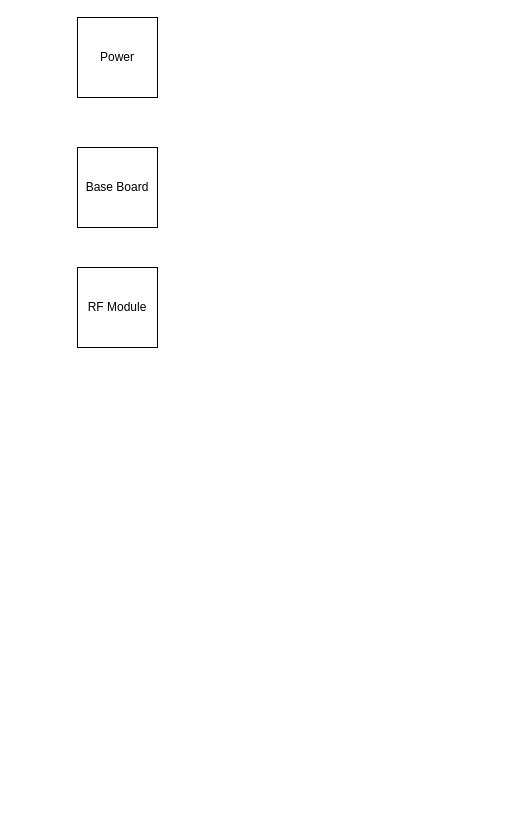
zeandon/draw.io keeps this draw.io diagram as ICCC_block.drawio. Above is the earlier version. Source tidied: cells renumbered, new cells numbered last; positions are measured from the earlier drawing's top-left corner, leaving out a move shared by most shapes. Both pictures are drawn from the tidied source at 100%, with x=0, y=0 at pixel (77, 17).
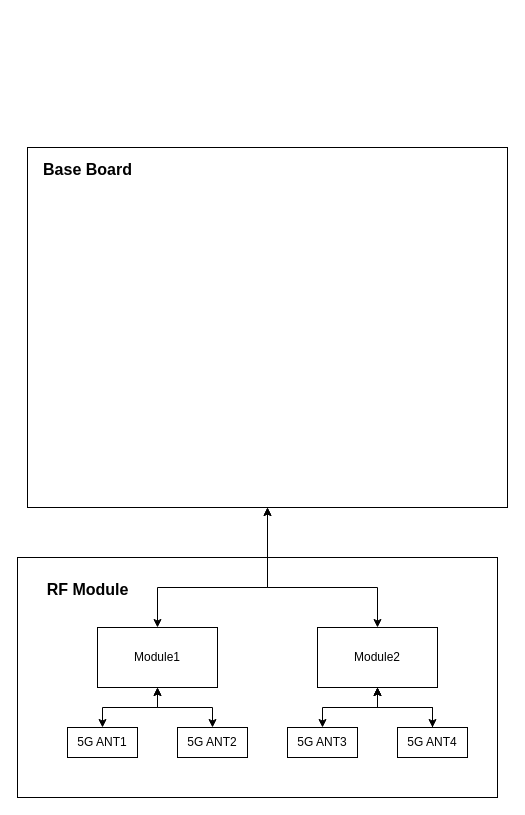
Above is the later version.

Change to the diagram source:
```diff
@@
+    <mxCell id="5" style="rounded=0;whiteSpace=wrap;html=1;" parent="1" vertex="1">
+      <mxGeometry x="-60" y="540" width="480" height="240" as="geometry" />
+    </mxCell>
+    <mxCell id="6" style="rounded=0;whiteSpace=wrap;html=1;" parent="1" vertex="1">
+      <mxGeometry x="-50" y="130" width="480" height="360" as="geometry" />
+    </mxCell>
-    <mxCell id="2" value="Base Board" style="whiteSpace=wrap;html=1;" parent="1" vertex="1">
-      <mxGeometry y="130" width="80" height="80" as="geometry" />
+    <mxCell id="2" value="&lt;font style=&quot;font-size: 16px;&quot;&gt;Base Board&lt;/font&gt;" style="text;strokeColor=none;fillColor=none;html=1;fontSize=24;fontStyle=1;verticalAlign=middle;align=center;" parent="1" vertex="1">
+      <mxGeometry x="-40" y="130" width="100" height="40" as="geometry" />
     </mxCell>
-    <mxCell id="3" value="RF Module" style="whiteSpace=wrap;html=1;" parent="1" vertex="1">
-      <mxGeometry y="250" width="80" height="80" as="geometry" />
+    <mxCell id="3" value="&lt;span style=&quot;font-size: 16px;&quot;&gt;RF Module&lt;/span&gt;" style="text;strokeColor=none;fillColor=none;html=1;fontSize=24;fontStyle=1;verticalAlign=middle;align=center;" parent="1" vertex="1">
+      <mxGeometry x="-40" y="550" width="100" height="40" as="geometry" />
     </mxCell>
-    <mxCell id="4" value="Power" style="whiteSpace=wrap;html=1;" parent="1" vertex="1">
-      <mxGeometry width="80" height="80" as="geometry" />
-    </mxCell>
+    <mxCell id="7" value="Module1" style="rounded=0;whiteSpace=wrap;html=1;" parent="1" vertex="1">
+      <mxGeometry x="20" y="610" width="120" height="60" as="geometry" />
+    </mxCell>
+    <mxCell id="8" value="Module2" style="rounded=0;whiteSpace=wrap;html=1;" parent="1" vertex="1">
+      <mxGeometry x="240" y="610" width="120" height="60" as="geometry" />
+    </mxCell>
+    <mxCell id="9" value="5G ANT1" style="rounded=0;whiteSpace=wrap;html=1;" parent="1" vertex="1">
+      <mxGeometry x="-10" y="710" width="70" height="30" as="geometry" />
+    </mxCell>
+    <mxCell id="10" value="5G ANT2" style="rounded=0;whiteSpace=wrap;html=1;" parent="1" vertex="1">
+      <mxGeometry x="100" y="710" width="70" height="30" as="geometry" />
+    </mxCell>
+    <mxCell id="11" style="edgeStyle=orthogonalEdgeStyle;rounded=0;jettySize=auto;html=1;" parent="1" edge="1" source="12" target="8">
+      <mxGeometry relative="1" as="geometry" />
+    </mxCell>
+    <mxCell id="12" value="5G ANT4" style="rounded=0;whiteSpace=wrap;html=1;" parent="1" vertex="1">
+      <mxGeometry x="320" y="710" width="70" height="30" as="geometry" />
+    </mxCell>
+    <mxCell id="13" value="5G ANT3" style="rounded=0;whiteSpace=wrap;html=1;" parent="1" vertex="1">
+      <mxGeometry x="210" y="710" width="70" height="30" as="geometry" />
+    </mxCell>
+    <mxCell id="14" style="endArrow=classic;startArrow=classic;html=1;rounded=0;exitX=0.5;exitY=0;exitDx=0;exitDy=0;entryX=0.5;entryY=1;entryDx=0;entryDy=0;" parent="1" edge="1" source="7" target="6">
+      <mxGeometry relative="1" as="geometry">
+        <Array as="points">
+          <mxPoint x="80" y="570" />
+          <mxPoint x="190" y="570" />
+          <mxPoint x="190" y="540" />
+        </Array>
+      </mxGeometry>
+    </mxCell>
+    <mxCell id="15" style="endArrow=classic;startArrow=classic;html=1;rounded=0;exitX=0.5;exitY=0;exitDx=0;exitDy=0;" parent="1" edge="1" source="8" target="6">
+      <mxGeometry relative="1" as="geometry">
+        <Array as="points">
+          <mxPoint x="300" y="570" />
+          <mxPoint x="190" y="570" />
+          <mxPoint x="190" y="540" />
+        </Array>
+      </mxGeometry>
+    </mxCell>
+    <mxCell id="16" style="endArrow=classic;startArrow=classic;html=1;rounded=0;exitX=0.5;exitY=0;exitDx=0;exitDy=0;entryX=0.5;entryY=1;entryDx=0;entryDy=0;" parent="1" edge="1" source="9" target="7">
+      <mxGeometry relative="1" as="geometry">
+        <Array as="points">
+          <mxPoint x="25" y="690" />
+          <mxPoint x="80" y="690" />
+        </Array>
+      </mxGeometry>
+    </mxCell>
+    <mxCell id="17" style="endArrow=classic;startArrow=classic;html=1;rounded=0;exitX=0.5;exitY=0;exitDx=0;exitDy=0;entryX=0.5;entryY=1;entryDx=0;entryDy=0;" parent="1" edge="1" source="10" target="7">
+      <mxGeometry relative="1" as="geometry">
+        <Array as="points">
+          <mxPoint x="135" y="690" />
+          <mxPoint x="80" y="690" />
+        </Array>
+      </mxGeometry>
+    </mxCell>
+    <mxCell id="18" style="endArrow=classic;startArrow=classic;html=1;rounded=0;exitX=0.5;exitY=0;exitDx=0;exitDy=0;entryX=0.5;entryY=1;entryDx=0;entryDy=0;" parent="1" edge="1" source="12" target="8">
+      <mxGeometry relative="1" as="geometry">
+        <Array as="points">
+          <mxPoint x="355" y="690" />
+          <mxPoint x="300" y="690" />
+        </Array>
+      </mxGeometry>
+    </mxCell>
+    <mxCell id="19" style="endArrow=classic;startArrow=classic;html=1;rounded=0;exitX=0.5;exitY=0;exitDx=0;exitDy=0;entryX=0.5;entryY=1;entryDx=0;entryDy=0;" parent="1" edge="1" source="13" target="8">
+      <mxGeometry relative="1" as="geometry">
+        <Array as="points">
+          <mxPoint x="245" y="690" />
+          <mxPoint x="300" y="690" />
+        </Array>
+      </mxGeometry>
+    </mxCell>
```
